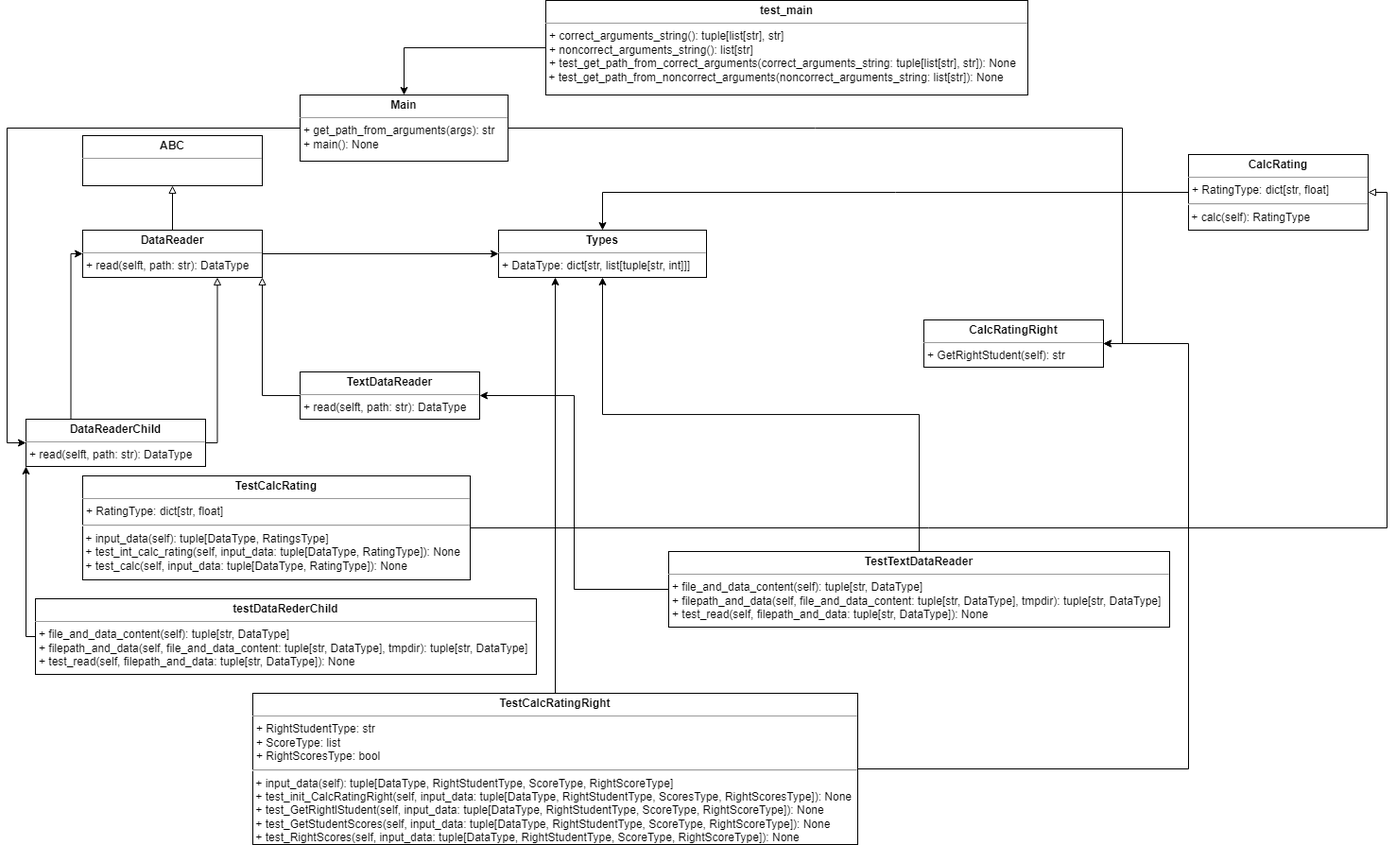
Before: PT_Lab_1_UML.drawio.png, a diagram exported from draw.io (Kuritsya/TPLab1). Source tidied: cells renumbered, new cells last; positions are measured from the earlier drawing's top-left corner, leaving out a move shared by most shapes.
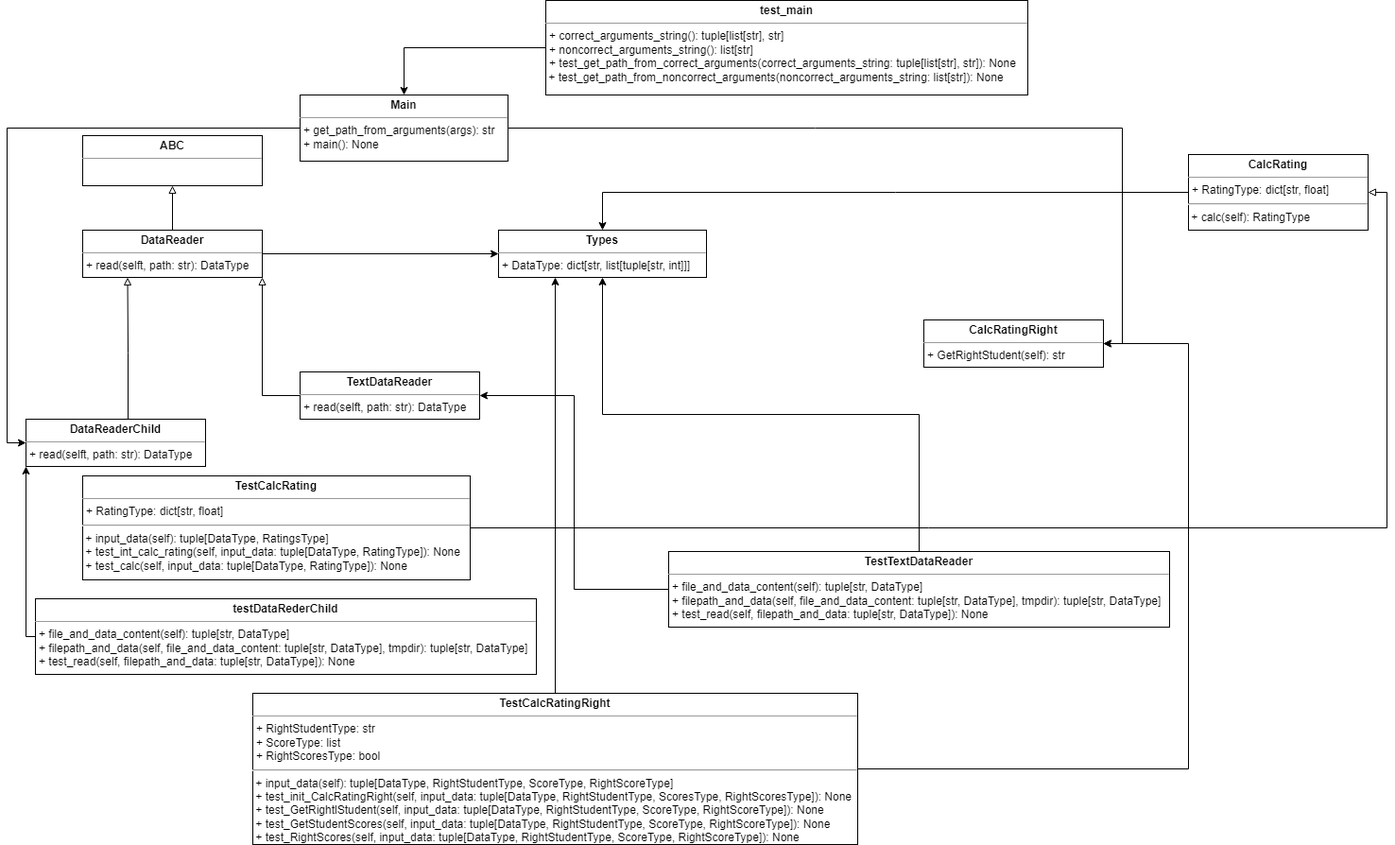
The same diagram one commit later.

What changed in the source:
```diff
@@ -8,10 +8,11 @@
     <mxCell id="3" style="edgeStyle=orthogonalEdgeStyle;rounded=0;jettySize=auto;html=1;entryX=0;entryY=0.5;entryDx=0;entryDy=0;" parent="1" edge="1" source="6" target="11">
       <mxGeometry relative="1" as="geometry" />
     </mxCell>
-    <mxCell id="4" style="edgeStyle=orthogonalEdgeStyle;rounded=0;jettySize=auto;html=1;entryX=0.75;entryY=1;entryDx=0;entryDy=0;endArrow=block;endFill=0;exitX=1;exitY=0.5;exitDx=0;exitDy=0;" parent="1" edge="1" source="8" target="6">
+    <mxCell id="4" style="edgeStyle=orthogonalEdgeStyle;rounded=0;jettySize=auto;html=1;entryX=0.25;entryY=1;entryDx=0;entryDy=0;endArrow=block;endFill=0;exitX=0.5;exitY=0;exitDx=0;exitDy=0;" parent="1" edge="1" source="8" target="6">
       <mxGeometry relative="1" as="geometry">
         <Array as="points">
-          <mxPoint x="202" y="468" />
+          <mxPoint x="108" y="443" />
+          <mxPoint x="108" y="373" />
         </Array>
       </mxGeometry>
     </mxCell>
@@ -21,13 +22,6 @@
     <mxCell id="6" value="&lt;p style=&quot;margin:0px;margin-top:4px;text-align:center;&quot;&gt;&lt;b&gt;DataReader&lt;/b&gt;&lt;/p&gt;&lt;hr size=&quot;1&quot;&gt;&lt;p style=&quot;margin:0px;margin-left:4px;&quot;&gt;+ read(selft, path: str): DataType&lt;/p&gt;" style="verticalAlign=top;align=left;overflow=fill;fontSize=12;fontFamily=Helvetica;html=1;rounded=0;shadow=0;comic=0;labelBackgroundColor=none;strokeWidth=1;" parent="1" vertex="1">
       <mxGeometry x="60" y="243" width="190" height="50" as="geometry" />
     </mxCell>
-    <mxCell id="7" style="edgeStyle=orthogonalEdgeStyle;rounded=0;jettySize=auto;html=1;entryX=0;entryY=0.5;entryDx=0;entryDy=0;exitX=0.25;exitY=0;exitDx=0;exitDy=0;" parent="1" edge="1" source="8" target="6">
-      <mxGeometry relative="1" as="geometry">
-        <Array as="points">
-          <mxPoint x="48" y="268" />
-        </Array>
-      </mxGeometry>
-    </mxCell>
     <mxCell id="8" value="&lt;p style=&quot;margin:0px;margin-top:4px;text-align:center;&quot;&gt;&lt;b&gt;DataReaderChild&lt;/b&gt;&lt;/p&gt;&lt;hr size=&quot;1&quot;&gt;&lt;p style=&quot;margin:0px;margin-left:4px;&quot;&gt;+ read(selft, path: str): DataType&lt;/p&gt;" style="verticalAlign=top;align=left;overflow=fill;fontSize=12;fontFamily=Helvetica;html=1;rounded=0;shadow=0;comic=0;labelBackgroundColor=none;strokeWidth=1;" parent="1" vertex="1">
       <mxGeometry y="443" width="190" height="50" as="geometry" />
     </mxCell>
```
